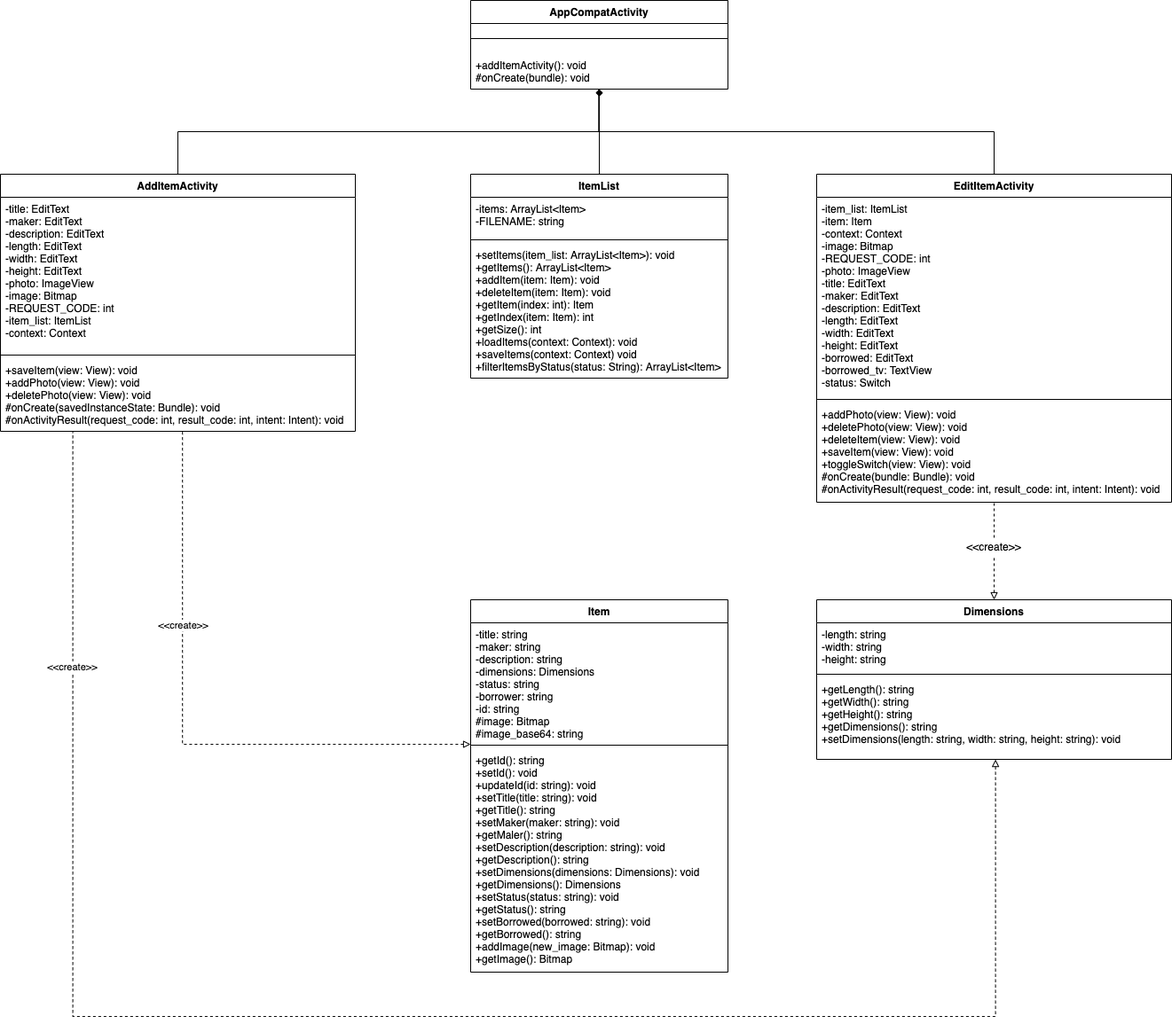
Above: Class Diagrams/ApplicationBorrowedTemplateClassDiagram.png in smitbmx/Architecture-Diagrams (draw.io), before the change. Source tidied: cells renumbered, new cells last; positions are measured from the earlier drawing's top-left corner, leaving out a move shared by most shapes.
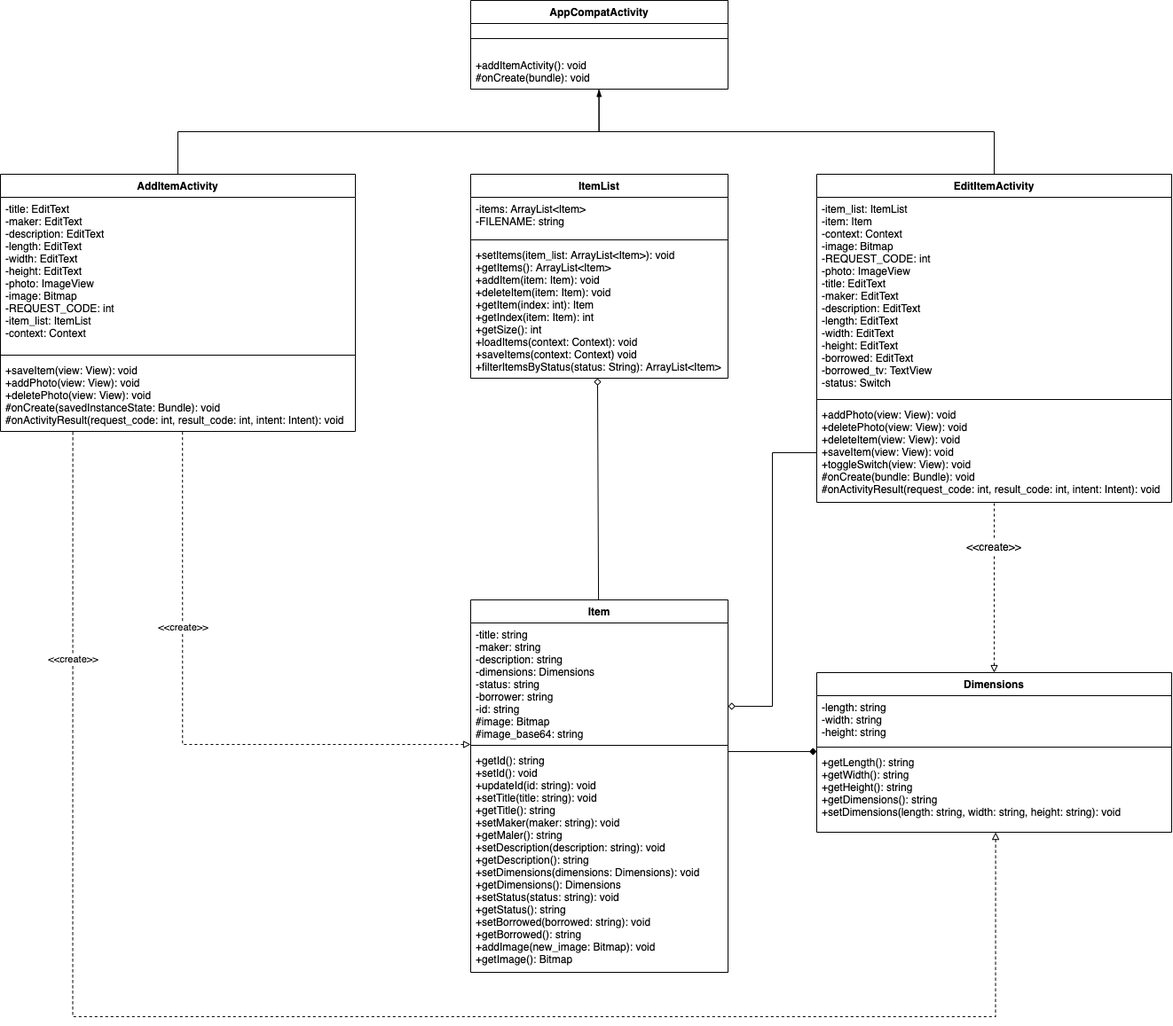
Later version of the same file.

The edit, as a diff of the source:
```diff
@@ -60,7 +60,7 @@
       <mxGeometry y="168" width="290" height="252" as="geometry" />
     </mxCell>
     <mxCell id="21" value="Dimensions" style="swimlane;fontStyle=1;align=center;verticalAlign=top;horizontal=1;startSize=26;" parent="1" vertex="1">
-      <mxGeometry x="920" y="676" width="400" height="180" as="geometry" />
+      <mxGeometry x="920" y="758" width="400" height="180" as="geometry" />
     </mxCell>
     <mxCell id="22" value="-length: string&#10;-width: string&#10;-height: string" style="text;strokeColor=none;fillColor=none;align=left;verticalAlign=top;spacingLeft=4;spacingRight=4;overflow=hidden;" parent="21" vertex="1">
       <mxGeometry y="26" width="400" height="54" as="geometry" />
@@ -71,9 +71,6 @@
     <mxCell id="24" value="+getLength(): string&#10;+getWidth(): string&#10;+getHeight(): string&#10;+getDimensions(): string&#10;+setDimensions(length: string, width: string, height: string): void" style="text;strokeColor=none;fillColor=none;align=left;verticalAlign=top;spacingLeft=4;spacingRight=4;overflow=hidden;points=[[0,0.5],[1,0.5]];portConstraint=eastwest;" parent="21" vertex="1">
       <mxGeometry y="88" width="400" height="92" as="geometry" />
     </mxCell>
-    <mxCell id="25" style="endArrow=diamond;html=1;exitX=0.5;exitY=0;exitDx=0;exitDy=0;endFill=1;" parent="1" edge="1" source="5" target="4">
-      <mxGeometry relative="1" as="geometry" />
-    </mxCell>
     <mxCell id="26" style="endArrow=none;dashed=1;html=1;entryX=0.204;entryY=0.994;entryDx=0;entryDy=0;entryPerimeter=0;exitX=0.504;exitY=1.001;exitDx=0;exitDy=0;exitPerimeter=0;edgeStyle=orthogonalEdgeStyle;rounded=0;startArrow=block;startFill=0;" parent="1" edge="1" source="24" target="12">
       <mxGeometry relative="1" as="geometry">
         <Array as="points">
@@ -110,8 +107,17 @@
     <mxCell id="33" style="endArrow=none;html=1;entryX=0.5;entryY=0;entryDx=0;entryDy=0;edgeStyle=orthogonalEdgeStyle;rounded=0;exitX=0.498;exitY=1.001;exitDx=0;exitDy=0;exitPerimeter=0;" parent="1" edge="1" source="4" target="13">
       <mxGeometry relative="1" as="geometry" />
     </mxCell>
-    <mxCell id="34" style="endArrow=none;html=1;exitX=0.5;exitY=0;exitDx=0;exitDy=0;entryX=0.499;entryY=1.007;entryDx=0;entryDy=0;entryPerimeter=0;edgeStyle=orthogonalEdgeStyle;rounded=0;" parent="1" edge="1" source="9" target="4">
+    <mxCell id="34" style="endArrow=blockThin;html=1;exitX=0.5;exitY=0;exitDx=0;exitDy=0;entryX=0.499;entryY=1.007;entryDx=0;entryDy=0;entryPerimeter=0;edgeStyle=orthogonalEdgeStyle;rounded=0;endFill=1;" parent="1" edge="1" source="9" target="4">
       <mxGeometry relative="1" as="geometry" />
     </mxCell>
+    <mxCell id="35" style="endArrow=diamond;html=1;entryX=0.493;entryY=1;entryDx=0;entryDy=0;entryPerimeter=0;endFill=0;" parent="1" edge="1" source="17" target="8">
+      <mxGeometry relative="1" as="geometry" />
+    </mxCell>
+    <mxCell id="36" style="endArrow=diamond;html=1;entryX=0;entryY=0.011;entryDx=0;entryDy=0;entryPerimeter=0;exitX=1;exitY=0.012;exitDx=0;exitDy=0;exitPerimeter=0;endFill=1;" parent="1" edge="1" source="20" target="24">
+      <mxGeometry relative="1" as="geometry" />
+    </mxCell>
+    <mxCell id="37" style="endArrow=none;html=1;exitX=1;exitY=0.701;exitDx=0;exitDy=0;exitPerimeter=0;startArrow=diamond;startFill=0;edgeStyle=orthogonalEdgeStyle;rounded=0;" parent="1" edge="1" source="18" target="16">
+      <mxGeometry relative="1" as="geometry" />
+    </mxCell>
   </root>
 </mxGraphModel>
```
